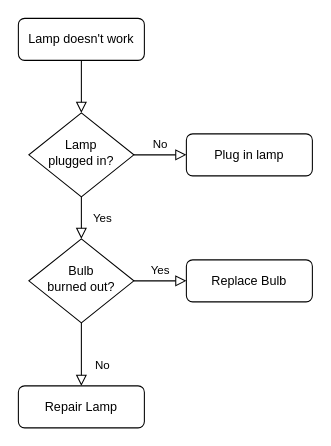
Earlier version of the draw.io diagram flowchart/flowchart.drawio (i-Jer/smart_home_berkom). Source tidied: cells renumbered, new cells numbered last; positions are measured from the earlier drawing's top-left corner, leaving out a move shared by most shapes. Both pictures are drawn from the tidied source at 105%, with x=0, y=0 at pixel (18, 18).
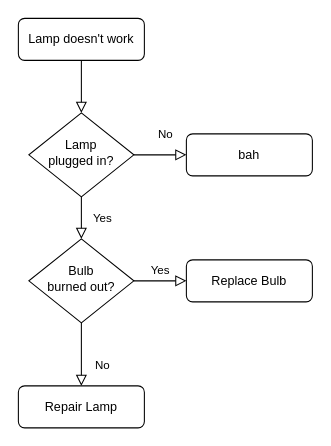
Above is the later version.

Change to the diagram source:
```diff
@@
 <mxGraphModel>
   <root>
     <mxCell id="0" />
     <mxCell id="1" parent="0" />
     <mxCell id="2" style="rounded=0;html=1;jettySize=auto;fontSize=11;endArrow=block;endFill=0;endSize=8;strokeWidth=1;shadow=0;labelBackgroundColor=none;edgeStyle=orthogonalEdgeStyle;" parent="1" edge="1" source="3" target="6">
       <mxGeometry relative="1" as="geometry" />
     </mxCell>
     <mxCell id="3" value="Lamp doesn't work" style="rounded=1;whiteSpace=wrap;html=1;fontSize=12;glass=0;strokeWidth=1;shadow=0;" parent="1" vertex="1">
       <mxGeometry width="120" height="40" as="geometry" />
     </mxCell>
     <mxCell id="4" value="Yes" style="rounded=0;html=1;jettySize=auto;fontSize=11;endArrow=block;endFill=0;endSize=8;strokeWidth=1;shadow=0;labelBackgroundColor=none;edgeStyle=orthogonalEdgeStyle;" parent="1" edge="1" source="6" target="10">
       <mxGeometry y="20" relative="1" as="geometry" />
     </mxCell>
     <mxCell id="5" value="No" style="edgeStyle=orthogonalEdgeStyle;rounded=0;html=1;jettySize=auto;fontSize=11;endArrow=block;endFill=0;endSize=8;strokeWidth=1;shadow=0;labelBackgroundColor=none;" parent="1" edge="1" source="6" target="7">
-      <mxGeometry y="10" relative="1" as="geometry" />
+      <mxGeometry x="0.2" y="20" relative="1" as="geometry" />
     </mxCell>
     <mxCell id="6" value="Lamp&lt;br&gt;plugged in?" style="rhombus;whiteSpace=wrap;html=1;shadow=0;fontFamily=Helvetica;fontSize=12;align=center;strokeWidth=1;spacing=6;spacingTop=-4;" parent="1" vertex="1">
       <mxGeometry x="10" y="90" width="100" height="80" as="geometry" />
     </mxCell>
-    <mxCell id="7" value="Plug in lamp" style="rounded=1;whiteSpace=wrap;html=1;fontSize=12;glass=0;strokeWidth=1;shadow=0;" parent="1" vertex="1">
+    <mxCell id="7" value="bah" style="rounded=1;whiteSpace=wrap;html=1;fontSize=12;glass=0;strokeWidth=1;shadow=0;" parent="1" vertex="1">
       <mxGeometry x="160" y="110" width="120" height="40" as="geometry" />
     </mxCell>
     <mxCell id="8" value="No" style="rounded=0;html=1;jettySize=auto;fontSize=11;endArrow=block;endFill=0;endSize=8;strokeWidth=1;shadow=0;labelBackgroundColor=none;edgeStyle=orthogonalEdgeStyle;" parent="1" edge="1" source="10" target="11">
       <mxGeometry x="0.33" y="20" relative="1" as="geometry" />
     </mxCell>
     <mxCell id="9" value="Yes" style="edgeStyle=orthogonalEdgeStyle;rounded=0;html=1;jettySize=auto;fontSize=11;endArrow=block;endFill=0;endSize=8;strokeWidth=1;shadow=0;labelBackgroundColor=none;" parent="1" edge="1" source="10" target="12">
       <mxGeometry y="10" relative="1" as="geometry" />
     </mxCell>
     <mxCell id="10" value="Bulb&lt;br&gt;burned out?" style="rhombus;whiteSpace=wrap;html=1;shadow=0;fontFamily=Helvetica;fontSize=12;align=center;strokeWidth=1;spacing=6;spacingTop=-4;" parent="1" vertex="1">
       <mxGeometry x="10" y="210" width="100" height="80" as="geometry" />
     </mxCell>
     <mxCell id="11" value="Repair Lamp" style="rounded=1;whiteSpace=wrap;html=1;fontSize=12;glass=0;strokeWidth=1;shadow=0;" parent="1" vertex="1">
       <mxGeometry y="350" width="120" height="40" as="geometry" />
     </mxCell>
     <mxCell id="12" value="Replace Bulb" style="rounded=1;whiteSpace=wrap;html=1;fontSize=12;glass=0;strokeWidth=1;shadow=0;" parent="1" vertex="1">
       <mxGeometry x="160" y="230" width="120" height="40" as="geometry" />
     </mxCell>
   </root>
 </mxGraphModel>
```
